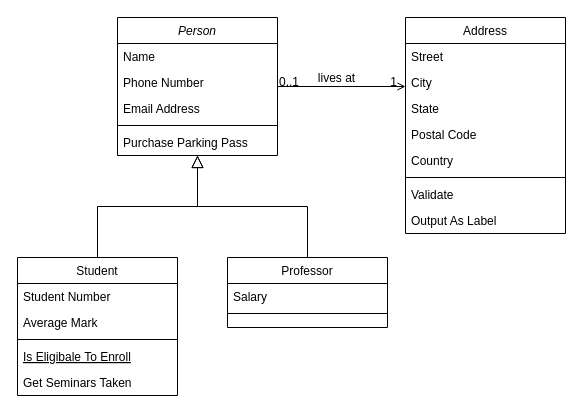
Before: Diagrams/UML-MyTime.drawio in sbivins94/MyTime, a draw.io diagram. Source tidied: cells renumbered, new cells numbered last; positions are measured from the earlier drawing's top-left corner, leaving out a move shared by most shapes. Both pictures are drawn from the tidied source at 100%, with x=0, y=0 at pixel (17, 17).
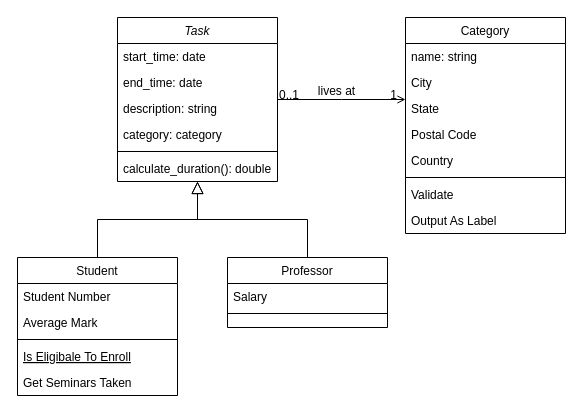
Above is the later version.

What changed in the source:
```diff
@@
-    <mxCell id="2" value="Person" style="swimlane;fontStyle=2;align=center;verticalAlign=top;horizontal=1;startSize=26;rounded=0;shadow=0;strokeWidth=1;" parent="1" vertex="1">
-      <mxGeometry x="100" width="160" height="138" as="geometry" />
+    <mxCell id="2" value="Task" style="swimlane;fontStyle=2;align=center;verticalAlign=top;horizontal=1;startSize=26;rounded=0;shadow=0;strokeWidth=1;" parent="1" vertex="1">
+      <mxGeometry x="100" width="160" height="164" as="geometry" />
     </mxCell>
-    <mxCell id="3" value="Name" style="text;align=left;verticalAlign=top;spacingLeft=4;spacingRight=4;overflow=hidden;" parent="2" vertex="1">
+    <mxCell id="3" value="start_time: date" style="text;align=left;verticalAlign=top;spacingLeft=4;spacingRight=4;overflow=hidden;" parent="2" vertex="1">
       <mxGeometry y="26" width="160" height="26" as="geometry" />
     </mxCell>
+    <mxCell id="32" value="end_time: date" style="text;align=left;verticalAlign=top;spacingLeft=4;spacingRight=4;overflow=hidden;" parent="2" vertex="1">
+      <mxGeometry y="52" width="160" height="26" as="geometry" />
+    </mxCell>
-    <mxCell id="4" value="Phone Number" style="text;align=left;verticalAlign=top;spacingLeft=4;spacingRight=4;overflow=hidden;rounded=0;shadow=0;html=0;" parent="2" vertex="1">
-      <mxGeometry y="52" width="160" height="26" as="geometry" />
+    <mxCell id="4" value="description: string" style="text;align=left;verticalAlign=top;spacingLeft=4;spacingRight=4;overflow=hidden;rounded=0;shadow=0;html=0;" parent="2" vertex="1">
+      <mxGeometry y="78" width="160" height="26" as="geometry" />
     </mxCell>
-    <mxCell id="5" value="Email Address" style="text;align=left;verticalAlign=top;spacingLeft=4;spacingRight=4;overflow=hidden;rounded=0;shadow=0;html=0;" parent="2" vertex="1">
-      <mxGeometry y="78" width="160" height="26" as="geometry" />
+    <mxCell id="5" value="category: category" style="text;align=left;verticalAlign=top;spacingLeft=4;spacingRight=4;overflow=hidden;rounded=0;shadow=0;html=0;" parent="2" vertex="1">
+      <mxGeometry y="104" width="160" height="26" as="geometry" />
     </mxCell>
     <mxCell id="6" style="line;html=1;strokeWidth=1;align=left;verticalAlign=middle;spacingTop=-1;spacingLeft=3;spacingRight=3;labelPosition=right;" parent="2" vertex="1">
-      <mxGeometry y="104" width="160" height="8" as="geometry" />
+      <mxGeometry y="130" width="160" height="8" as="geometry" />
     </mxCell>
-    <mxCell id="7" value="Purchase Parking Pass" style="text;align=left;verticalAlign=top;spacingLeft=4;spacingRight=4;overflow=hidden;" parent="2" vertex="1">
-      <mxGeometry y="112" width="160" height="26" as="geometry" />
+    <mxCell id="7" value="calculate_duration(): double" style="text;align=left;verticalAlign=top;spacingLeft=4;spacingRight=4;overflow=hidden;" parent="2" vertex="1">
+      <mxGeometry y="138" width="160" height="26" as="geometry" />
     </mxCell>
@@
-    <mxCell id="19" value="Address" style="swimlane;fontStyle=0;align=center;verticalAlign=top;horizontal=1;startSize=26;rounded=0;shadow=0;strokeWidth=1;" parent="1" vertex="1">
+    <mxCell id="19" value="Category" style="swimlane;fontStyle=0;align=center;verticalAlign=top;horizontal=1;startSize=26;rounded=0;shadow=0;strokeWidth=1;" parent="1" vertex="1">
       <mxGeometry x="388" width="160" height="216" as="geometry" />
     </mxCell>
-    <mxCell id="20" value="Street" style="text;align=left;verticalAlign=top;spacingLeft=4;spacingRight=4;overflow=hidden;" parent="19" vertex="1">
+    <mxCell id="20" value="name: string" style="text;align=left;verticalAlign=top;spacingLeft=4;spacingRight=4;overflow=hidden;" parent="19" vertex="1">
       <mxGeometry y="26" width="160" height="26" as="geometry" />
     </mxCell>
```
